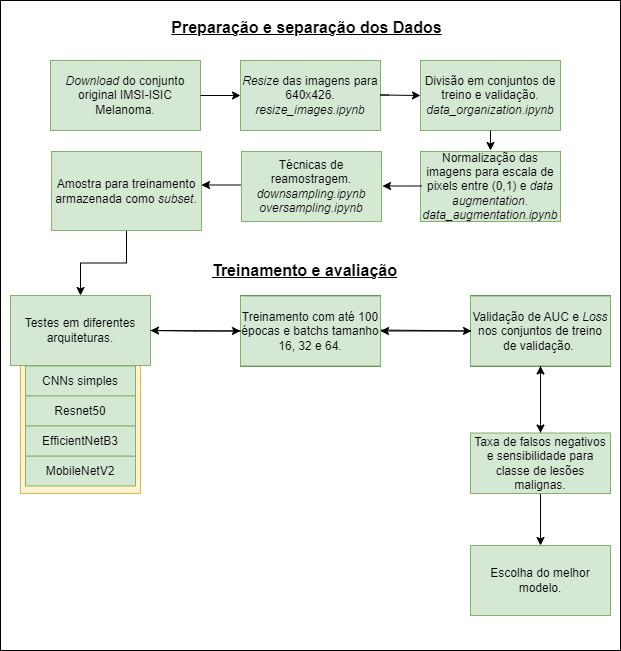
Earlier version of the draw.io export projetos/melanoma_classification/assets/workflow.png (Disciplinas-FEEC/IA901-2023S1). Source tidied: cells renumbered, new cells last; positions are measured from the earlier drawing's top-left corner, leaving out a move shared by most shapes. The source it was exported from:
```xml
<mxGraphModel>
  <root>
    <mxCell id="0" />
    <mxCell id="1" parent="0" />
    <mxCell id="2" style="rounded=0;whiteSpace=wrap;html=1;" parent="1" vertex="1">
      <mxGeometry width="620" height="650" as="geometry" />
    </mxCell>
    <mxCell id="3" style="rounded=0;whiteSpace=wrap;html=1;fillColor=#fff2cc;strokeColor=#d6b656;" parent="1" vertex="1">
      <mxGeometry x="20" y="358" width="120" height="135" as="geometry" />
    </mxCell>
    <mxCell id="4" value="&lt;font style=&quot;font-size: 16px;&quot;&gt;&lt;b&gt;&lt;u&gt;Preparação e separação dos Dados&lt;/u&gt;&lt;/b&gt;&lt;/font&gt;" style="text;html=1;strokeColor=none;fillColor=none;align=center;verticalAlign=middle;whiteSpace=wrap;rounded=0;fontColor=#000000;" parent="1" vertex="1">
      <mxGeometry x="158.5" y="12" width="295" height="30" as="geometry" />
    </mxCell>
    <mxCell id="5" value="&lt;font style=&quot;font-size: 16px;&quot;&gt;&lt;b&gt;&lt;u&gt;Treinamento e avaliação&lt;/u&gt;&lt;br&gt;&lt;/b&gt;&lt;/font&gt;" style="text;html=1;strokeColor=none;fillColor=none;align=center;verticalAlign=middle;whiteSpace=wrap;rounded=0;fontColor=#000000;" parent="1" vertex="1">
      <mxGeometry x="106.5" y="255" width="395" height="30" as="geometry" />
    </mxCell>
    <mxCell id="6" style="group;fillColor=#dae8fc;strokeColor=#6c8ebf;" parent="1" vertex="1">
      <mxGeometry x="50" y="60" width="150" height="70" as="geometry" />
    </mxCell>
    <mxCell id="7" style="rounded=0;whiteSpace=wrap;html=1;" parent="6" vertex="1">
      <mxGeometry width="150" height="70" as="geometry" />
    </mxCell>
    <mxCell id="8" value="&lt;font color=&quot;#000000&quot;&gt;&lt;i&gt;Download &lt;/i&gt;do conjunto original IMSI-ISIC Melanoma.&lt;/font&gt;" style="text;html=1;strokeColor=#82b366;fillColor=#d5e8d4;align=center;verticalAlign=middle;whiteSpace=wrap;rounded=0;" parent="6" vertex="1">
      <mxGeometry width="150" height="70" as="geometry" />
    </mxCell>
    <mxCell id="9" style="group;fillColor=#d5e8d4;strokeColor=#82b366;" parent="1" vertex="1">
      <mxGeometry x="240" y="60" width="140" height="70" as="geometry" />
    </mxCell>
    <mxCell id="10" style="rounded=0;whiteSpace=wrap;html=1;" parent="9" vertex="1">
      <mxGeometry width="140" height="70" as="geometry" />
    </mxCell>
    <mxCell id="11" value="&lt;font style=&quot;&quot; color=&quot;#000000&quot;&gt;&lt;i&gt;Resize&lt;/i&gt; das imagens para 640x426.&lt;br&gt;&lt;i&gt;resize_images.ipynb&lt;/i&gt;&lt;br&gt;&lt;/font&gt;" style="text;html=1;strokeColor=#82b366;fillColor=#d5e8d4;align=center;verticalAlign=middle;whiteSpace=wrap;rounded=0;" parent="9" vertex="1">
      <mxGeometry width="140" height="70" as="geometry" />
    </mxCell>
    <mxCell id="12" style="group;fillColor=#d5e8d4;strokeColor=#82b366;" parent="1" vertex="1">
      <mxGeometry x="420" y="60" width="140" height="70" as="geometry" />
    </mxCell>
    <mxCell id="13" style="rounded=0;whiteSpace=wrap;html=1;" parent="12" vertex="1">
      <mxGeometry width="140" height="70" as="geometry" />
    </mxCell>
    <mxCell id="14" value="&lt;font color=&quot;#000000&quot;&gt;Divisão em conjuntos de treino e validação.&lt;br&gt;&lt;i&gt;data_organization.ipynb&lt;/i&gt;&lt;br&gt;&lt;/font&gt;" style="text;html=1;strokeColor=#82b366;fillColor=#d5e8d4;align=center;verticalAlign=middle;whiteSpace=wrap;rounded=0;" parent="12" vertex="1">
      <mxGeometry width="140" height="70" as="geometry" />
    </mxCell>
    <mxCell id="15" style="group;fillColor=#d5e8d4;strokeColor=#82b366;" parent="1" vertex="1">
      <mxGeometry x="420" y="151" width="140" height="70" as="geometry" />
    </mxCell>
    <mxCell id="16" style="rounded=0;whiteSpace=wrap;html=1;" parent="15" vertex="1">
      <mxGeometry width="140" height="70" as="geometry" />
    </mxCell>
    <mxCell id="17" value="&lt;font color=&quot;#000000&quot;&gt;Normalização das imagens para escala de pixels entre (0,1) e &lt;i&gt;data augmentation.&lt;/i&gt;&lt;br&gt;&lt;i&gt;data_augmentation.ipynb&lt;/i&gt;&lt;br&gt;&lt;/font&gt;" style="text;html=1;strokeColor=#82b366;fillColor=#d5e8d4;align=center;verticalAlign=middle;whiteSpace=wrap;rounded=0;" parent="15" vertex="1">
      <mxGeometry width="140" height="70" as="geometry" />
    </mxCell>
    <mxCell id="18" style="group;fillColor=#d5e8d4;strokeColor=#82b366;" parent="1" vertex="1">
      <mxGeometry x="10" y="295" width="140" height="70" as="geometry" />
    </mxCell>
    <mxCell id="19" style="rounded=0;whiteSpace=wrap;html=1;" parent="18" vertex="1">
      <mxGeometry width="140" height="70" as="geometry" />
    </mxCell>
    <mxCell id="20" value="&lt;font color=&quot;#000000&quot;&gt;Testes em diferentes arquiteturas.&lt;br&gt;&lt;/font&gt;" style="text;html=1;strokeColor=#82b366;fillColor=#d5e8d4;align=center;verticalAlign=middle;whiteSpace=wrap;rounded=0;" parent="18" vertex="1">
      <mxGeometry width="140" height="70" as="geometry" />
    </mxCell>
    <mxCell id="21" style="group;fillColor=#d5e8d4;strokeColor=#82b366;" parent="1" vertex="1">
      <mxGeometry x="240" y="295.5" width="140" height="70" as="geometry" />
    </mxCell>
    <mxCell id="22" style="rounded=0;whiteSpace=wrap;html=1;" parent="21" vertex="1">
      <mxGeometry width="140" height="70" as="geometry" />
    </mxCell>
    <mxCell id="23" value="&lt;font color=&quot;#000000&quot;&gt;Treinamento com até 100 épocas e batchs tamanho 16, 32 e 64.&lt;/font&gt;" style="text;html=1;strokeColor=#82b366;fillColor=#d5e8d4;align=center;verticalAlign=middle;whiteSpace=wrap;rounded=0;" parent="21" vertex="1">
      <mxGeometry width="140" height="70" as="geometry" />
    </mxCell>
    <mxCell id="24" style="edgeStyle=orthogonalEdgeStyle;rounded=0;jettySize=auto;html=1;exitX=1;exitY=0.5;exitDx=0;exitDy=0;strokeColor=#000000;entryX=0;entryY=0.5;entryDx=0;entryDy=0;" parent="1" edge="1" source="8" target="11">
      <mxGeometry relative="1" as="geometry" />
    </mxCell>
    <mxCell id="25" style="group;fillColor=#d5e8d4;strokeColor=#82b366;" parent="1" vertex="1">
      <mxGeometry x="470" y="295.5" width="140" height="70" as="geometry" />
    </mxCell>
    <mxCell id="26" style="rounded=0;whiteSpace=wrap;html=1;" parent="25" vertex="1">
      <mxGeometry width="140" height="70" as="geometry" />
    </mxCell>
    <mxCell id="27" value="&lt;font color=&quot;#000000&quot;&gt;Validação de AUC e &lt;i&gt;Loss &lt;/i&gt;nos conjuntos de treino de validação.&amp;nbsp;&lt;/font&gt;" style="text;html=1;strokeColor=#82b366;fillColor=#d5e8d4;align=center;verticalAlign=middle;whiteSpace=wrap;rounded=0;" parent="25" vertex="1">
      <mxGeometry width="140" height="70" as="geometry" />
    </mxCell>
    <mxCell id="28" style="edgeStyle=orthogonalEdgeStyle;rounded=0;orthogonalLoop=1;jettySize=auto;html=1;exitX=0.5;exitY=1;exitDx=0;exitDy=0;" parent="1" edge="1">
      <mxGeometry relative="1" as="geometry">
        <mxPoint x="305" y="604" as="sourcePoint" />
        <mxPoint x="305" y="604" as="targetPoint" />
      </mxGeometry>
    </mxCell>
    <mxCell id="29" value="&lt;font style=&quot;border-color: var(--border-color);&quot; color=&quot;#000000&quot;&gt;Técnicas de reamostragem.&lt;br style=&quot;border-color: var(--border-color);&quot;&gt;&lt;i style=&quot;border-color: var(--border-color);&quot;&gt;downsampling.ipynb&lt;br style=&quot;border-color: var(--border-color);&quot;&gt;&lt;/i&gt;&lt;/font&gt;&lt;i style=&quot;border-color: var(--border-color);&quot;&gt;oversampling.ipynb&lt;/i&gt;" style="text;html=1;strokeColor=#82b366;fillColor=#d5e8d4;align=center;verticalAlign=middle;whiteSpace=wrap;rounded=0;" parent="1" vertex="1">
      <mxGeometry x="241" y="151" width="140" height="70" as="geometry" />
    </mxCell>
    <mxCell id="30" style="edgeStyle=orthogonalEdgeStyle;rounded=0;orthogonalLoop=1;jettySize=auto;html=1;strokeColor=#000000;" parent="1" edge="1">
      <mxGeometry relative="1" as="geometry">
        <mxPoint x="421" y="185.5" as="sourcePoint" />
        <mxPoint x="382" y="186" as="targetPoint" />
      </mxGeometry>
    </mxCell>
    <mxCell id="31" style="endArrow=classic;html=1;rounded=0;strokeColor=#000000;entryX=0;entryY=0.5;entryDx=0;entryDy=0;" parent="1" edge="1" target="23">
      <mxGeometry relative="1" as="geometry">
        <mxPoint x="150" y="330" as="sourcePoint" />
      </mxGeometry>
    </mxCell>
    <mxCell id="32" value="&lt;font color=&quot;#000000&quot;&gt;CNNs simples&lt;br&gt;&lt;/font&gt;" style="rounded=0;whiteSpace=wrap;html=1;fillColor=#d5e8d4;strokeColor=#82b366;" parent="1" vertex="1">
      <mxGeometry x="25" y="365.5" width="110" height="30" as="geometry" />
    </mxCell>
    <mxCell id="33" value="&lt;font color=&quot;#000000&quot;&gt;Resnet50&lt;/font&gt;" style="rounded=0;whiteSpace=wrap;html=1;fillColor=#d5e8d4;strokeColor=#82b366;" parent="1" vertex="1">
      <mxGeometry x="25" y="395.5" width="110" height="30" as="geometry" />
    </mxCell>
    <mxCell id="34" value="&lt;font color=&quot;#000000&quot;&gt;MobileNetV2&lt;br&gt;&lt;/font&gt;" style="rounded=0;whiteSpace=wrap;html=1;fillColor=#d5e8d4;strokeColor=#82b366;" parent="1" vertex="1">
      <mxGeometry x="25" y="455.5" width="110" height="30" as="geometry" />
    </mxCell>
    <mxCell id="35" value="&lt;font color=&quot;#000000&quot;&gt;EfficientNetB3&lt;/font&gt;" style="rounded=0;whiteSpace=wrap;html=1;fillColor=#d5e8d4;strokeColor=#82b366;" parent="1" vertex="1">
      <mxGeometry x="25" y="425.5" width="110" height="30" as="geometry" />
    </mxCell>
    <mxCell id="36" style="edgeStyle=orthogonalEdgeStyle;rounded=0;jettySize=auto;html=1;exitX=0.5;exitY=1;exitDx=0;exitDy=0;" parent="1" edge="1" source="38" target="44">
      <mxGeometry relative="1" as="geometry" />
    </mxCell>
    <mxCell id="37" style="edgeStyle=orthogonalEdgeStyle;rounded=0;jettySize=auto;html=1;exitX=0.5;exitY=0;exitDx=0;exitDy=0;entryX=0.5;entryY=1;entryDx=0;entryDy=0;" parent="1" edge="1" source="38" target="27">
      <mxGeometry relative="1" as="geometry" />
    </mxCell>
    <mxCell id="38" value="&lt;font color=&quot;#000000&quot;&gt;Taxa de falsos negativos e sensibilidade para classe de lesões malignas.&lt;/font&gt;" style="text;html=1;strokeColor=#82b366;fillColor=#d5e8d4;align=center;verticalAlign=middle;whiteSpace=wrap;rounded=0;" parent="1" vertex="1">
      <mxGeometry x="470" y="432.5" width="140" height="60.5" as="geometry" />
    </mxCell>
    <mxCell id="39" style="edgeStyle=orthogonalEdgeStyle;rounded=0;orthogonalLoop=1;jettySize=auto;html=1;exitX=1;exitY=0.5;exitDx=0;exitDy=0;strokeColor=#000000;" parent="1" edge="1">
      <mxGeometry relative="1" as="geometry">
        <mxPoint x="388.5" y="94.5" as="sourcePoint" />
        <mxPoint x="420" y="95" as="targetPoint" />
        <Array as="points">
          <mxPoint x="380" y="95" />
          <mxPoint x="380" y="95" />
        </Array>
      </mxGeometry>
    </mxCell>
    <mxCell id="40" style="edgeStyle=orthogonalEdgeStyle;rounded=0;jettySize=auto;html=1;exitX=0.5;exitY=1;exitDx=0;exitDy=0;" parent="1" edge="1" source="41" target="20">
      <mxGeometry relative="1" as="geometry" />
    </mxCell>
    <mxCell id="41" value="&lt;span style=&quot;border-color: var(--border-color);&quot;&gt;Amostra para treinamento armazenada como&amp;nbsp;&lt;i&gt;subset&lt;/i&gt;.&lt;br style=&quot;border-color: var(--border-color);&quot;&gt;&lt;/span&gt;" style="rounded=0;whiteSpace=wrap;html=1;fillColor=#d5e8d4;strokeColor=#82B366;" parent="1" vertex="1">
      <mxGeometry x="51" y="151" width="150" height="79" as="geometry" />
    </mxCell>
    <mxCell id="42" style="edgeStyle=orthogonalEdgeStyle;rounded=0;orthogonalLoop=1;jettySize=auto;html=1;strokeColor=#000000;" parent="1" edge="1">
      <mxGeometry relative="1" as="geometry">
        <mxPoint x="240" y="184.5" as="sourcePoint" />
        <mxPoint x="201" y="185" as="targetPoint" />
      </mxGeometry>
    </mxCell>
    <mxCell id="43" style="edgeStyle=orthogonalEdgeStyle;rounded=0;jettySize=auto;html=1;strokeColor=#000000;exitX=0.5;exitY=1;exitDx=0;exitDy=0;" parent="1" edge="1" source="14">
      <mxGeometry relative="1" as="geometry">
        <mxPoint x="490" y="150" as="targetPoint" />
      </mxGeometry>
    </mxCell>
    <mxCell id="44" value="&lt;font color=&quot;#000000&quot;&gt;Escolha do melhor modelo.&lt;br&gt;&lt;/font&gt;" style="text;html=1;strokeColor=#82b366;fillColor=#d5e8d4;align=center;verticalAlign=middle;whiteSpace=wrap;rounded=0;" parent="1" vertex="1">
      <mxGeometry x="470" y="545" width="140" height="70" as="geometry" />
    </mxCell>
    <mxCell id="45" style="endArrow=classic;html=1;rounded=0;strokeColor=#000000;entryX=0;entryY=0.5;entryDx=0;entryDy=0;" parent="1" edge="1">
      <mxGeometry relative="1" as="geometry">
        <mxPoint x="381" y="329.5" as="sourcePoint" />
        <mxPoint x="471" y="330.5" as="targetPoint" />
      </mxGeometry>
    </mxCell>
    <mxCell id="46" style="edgeStyle=orthogonalEdgeStyle;rounded=0;jettySize=auto;html=1;exitX=0.5;exitY=1;exitDx=0;exitDy=0;entryX=0.5;entryY=0;entryDx=0;entryDy=0;" parent="1" edge="1" source="27" target="38">
      <mxGeometry relative="1" as="geometry" />
    </mxCell>
    <mxCell id="47" style="edgeStyle=orthogonalEdgeStyle;rounded=0;jettySize=auto;html=1;exitX=0;exitY=0.5;exitDx=0;exitDy=0;entryX=1;entryY=0.5;entryDx=0;entryDy=0;" parent="1" edge="1" source="23" target="20">
      <mxGeometry relative="1" as="geometry" />
    </mxCell>
    <mxCell id="48" style="edgeStyle=orthogonalEdgeStyle;rounded=0;jettySize=auto;html=1;exitX=0;exitY=0.5;exitDx=0;exitDy=0;entryX=1;entryY=0.5;entryDx=0;entryDy=0;" parent="1" edge="1" source="27" target="23">
      <mxGeometry relative="1" as="geometry" />
    </mxCell>
  </root>
</mxGraphModel>
```
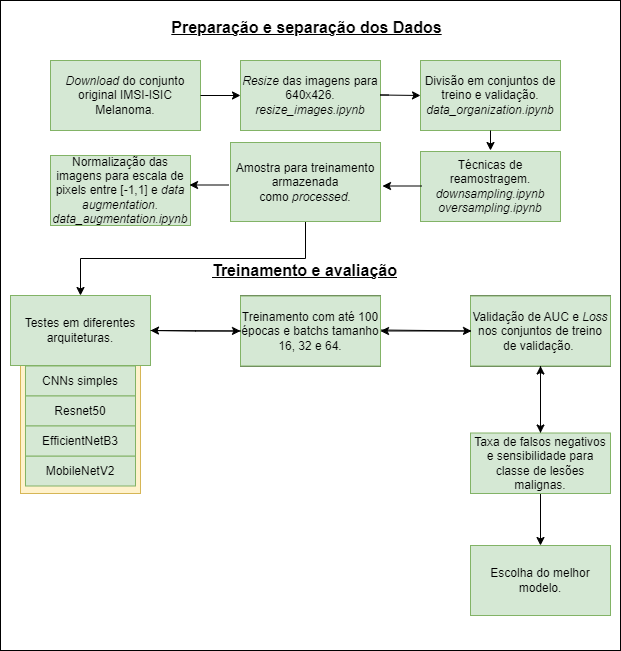
The same diagram one commit later.

Diff of the diagram source:
```diff
@@ -42,12 +42,12 @@
       <mxGeometry width="140" height="70" as="geometry" />
     </mxCell>
     <mxCell id="15" style="group;fillColor=#d5e8d4;strokeColor=#82b366;" parent="1" vertex="1">
-      <mxGeometry x="420" y="151" width="140" height="70" as="geometry" />
+      <mxGeometry x="50" y="155" width="140" height="70" as="geometry" />
     </mxCell>
     <mxCell id="16" style="rounded=0;whiteSpace=wrap;html=1;" parent="15" vertex="1">
       <mxGeometry width="140" height="70" as="geometry" />
     </mxCell>
-    <mxCell id="17" value="&lt;font color=&quot;#000000&quot;&gt;Normalização das imagens para escala de pixels entre (0,1) e &lt;i&gt;data augmentation.&lt;/i&gt;&lt;br&gt;&lt;i&gt;data_augmentation.ipynb&lt;/i&gt;&lt;br&gt;&lt;/font&gt;" style="text;html=1;strokeColor=#82b366;fillColor=#d5e8d4;align=center;verticalAlign=middle;whiteSpace=wrap;rounded=0;" parent="15" vertex="1">
+    <mxCell id="17" value="&lt;font color=&quot;#000000&quot;&gt;Normalização das imagens para escala de pixels entre [-1,1] e &lt;i&gt;data augmentation.&lt;/i&gt;&lt;br&gt;&lt;i&gt;data_augmentation.ipynb&lt;/i&gt;&lt;br&gt;&lt;/font&gt;" style="text;html=1;strokeColor=#82b366;fillColor=#d5e8d4;align=center;verticalAlign=middle;whiteSpace=wrap;rounded=0;" parent="15" vertex="1">
       <mxGeometry width="140" height="70" as="geometry" />
     </mxCell>
     <mxCell id="18" style="group;fillColor=#d5e8d4;strokeColor=#82b366;" parent="1" vertex="1">
@@ -87,7 +87,7 @@
       </mxGeometry>
     </mxCell>
     <mxCell id="29" value="&lt;font style=&quot;border-color: var(--border-color);&quot; color=&quot;#000000&quot;&gt;Técnicas de reamostragem.&lt;br style=&quot;border-color: var(--border-color);&quot;&gt;&lt;i style=&quot;border-color: var(--border-color);&quot;&gt;downsampling.ipynb&lt;br style=&quot;border-color: var(--border-color);&quot;&gt;&lt;/i&gt;&lt;/font&gt;&lt;i style=&quot;border-color: var(--border-color);&quot;&gt;oversampling.ipynb&lt;/i&gt;" style="text;html=1;strokeColor=#82b366;fillColor=#d5e8d4;align=center;verticalAlign=middle;whiteSpace=wrap;rounded=0;" parent="1" vertex="1">
-      <mxGeometry x="241" y="151" width="140" height="70" as="geometry" />
+      <mxGeometry x="420" y="151" width="140" height="70" as="geometry" />
     </mxCell>
     <mxCell id="30" style="edgeStyle=orthogonalEdgeStyle;rounded=0;orthogonalLoop=1;jettySize=auto;html=1;strokeColor=#000000;" parent="1" edge="1">
       <mxGeometry relative="1" as="geometry">
@@ -134,13 +134,13 @@
     <mxCell id="40" style="edgeStyle=orthogonalEdgeStyle;rounded=0;jettySize=auto;html=1;exitX=0.5;exitY=1;exitDx=0;exitDy=0;" parent="1" edge="1" source="41" target="20">
       <mxGeometry relative="1" as="geometry" />
     </mxCell>
-    <mxCell id="41" value="&lt;span style=&quot;border-color: var(--border-color);&quot;&gt;Amostra para treinamento armazenada como&amp;nbsp;&lt;i&gt;subset&lt;/i&gt;.&lt;br style=&quot;border-color: var(--border-color);&quot;&gt;&lt;/span&gt;" style="rounded=0;whiteSpace=wrap;html=1;fillColor=#d5e8d4;strokeColor=#82B366;" parent="1" vertex="1">
-      <mxGeometry x="51" y="151" width="150" height="79" as="geometry" />
+    <mxCell id="41" value="&lt;span style=&quot;border-color: var(--border-color);&quot;&gt;Amostra para treinamento armazenada como&amp;nbsp;&lt;i&gt;processed&lt;/i&gt;.&lt;br style=&quot;border-color: var(--border-color);&quot;&gt;&lt;/span&gt;" style="rounded=0;whiteSpace=wrap;html=1;fillColor=#d5e8d4;strokeColor=#82B366;" parent="1" vertex="1">
+      <mxGeometry x="230" y="142" width="150" height="79" as="geometry" />
     </mxCell>
     <mxCell id="42" style="edgeStyle=orthogonalEdgeStyle;rounded=0;orthogonalLoop=1;jettySize=auto;html=1;strokeColor=#000000;" parent="1" edge="1">
       <mxGeometry relative="1" as="geometry">
-        <mxPoint x="240" y="184.5" as="sourcePoint" />
-        <mxPoint x="201" y="185" as="targetPoint" />
+        <mxPoint x="228" y="184.5" as="sourcePoint" />
+        <mxPoint x="189" y="185" as="targetPoint" />
       </mxGeometry>
     </mxCell>
     <mxCell id="43" style="edgeStyle=orthogonalEdgeStyle;rounded=0;jettySize=auto;html=1;strokeColor=#000000;exitX=0.5;exitY=1;exitDx=0;exitDy=0;" parent="1" edge="1" source="14">
```
